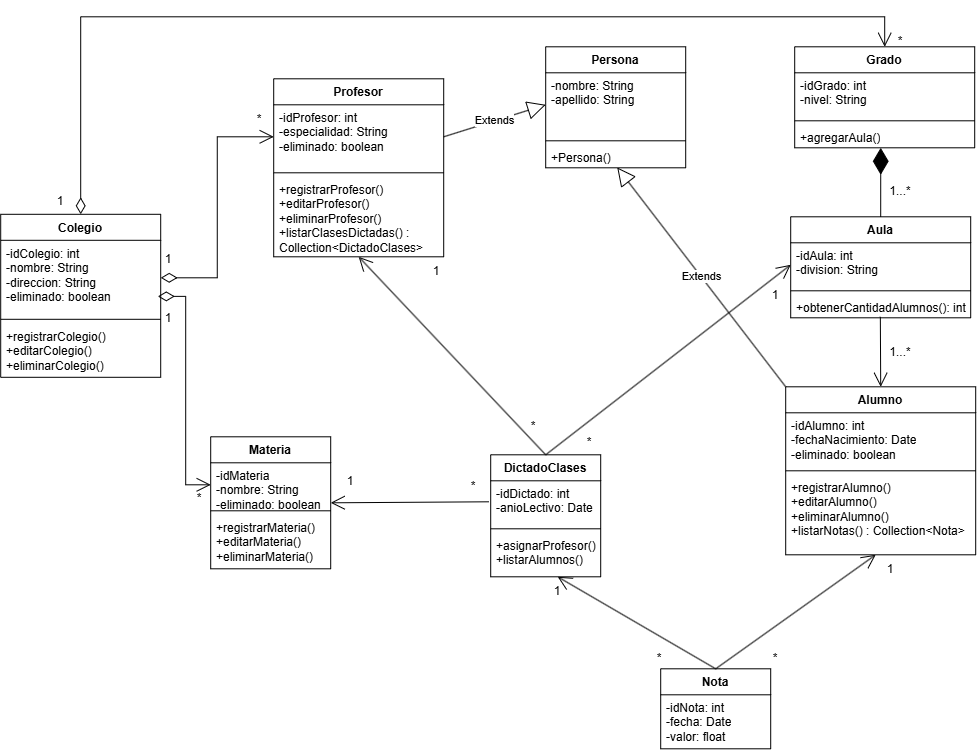
This is TRABAJO-PRACTICO-GUIA-NO-1/EJERCICIO6/a.AyD/DDC-NUEVAS-FUNCIONALIDADES-EJ6.drawio.png from GabrielLeiva05/IS2-2026-33-DE-ESPADAS, a draw.io export, as it was before one commit. Source tidied: cells renumbered, new cells last; positions are measured from the earlier drawing's top-left corner, leaving out a move shared by most shapes.
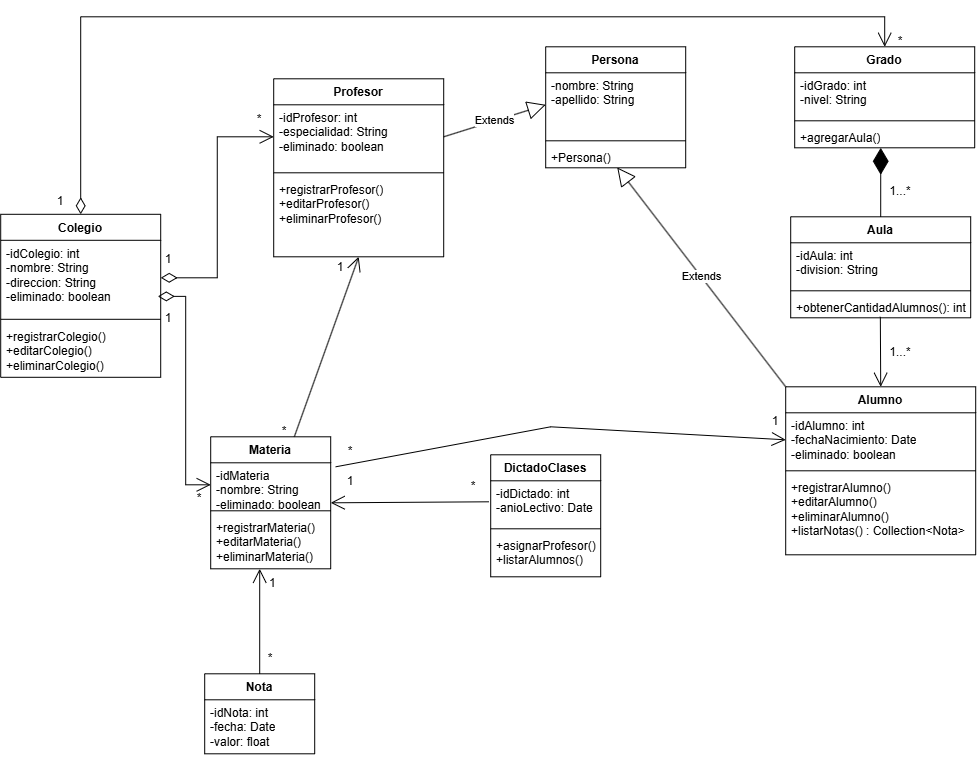
After the change.

Commit message:
Modificamos el diagrama de clases de disenio del EJ6.

The edit, as a diff of the source:
```diff
@@ -23,7 +23,7 @@
     <mxCell id="8" style="line;strokeWidth=1;fillColor=none;align=left;verticalAlign=middle;spacingTop=-1;spacingLeft=3;spacingRight=3;labelPosition=right;strokeColor=inherit;" parent="6" vertex="1">
       <mxGeometry y="90" width="170" height="8" as="geometry" />
     </mxCell>
-    <mxCell id="9" value="+registrarProfesor()&lt;div&gt;+editarProfesor()&lt;/div&gt;&lt;div&gt;+eliminarProfesor()&lt;/div&gt;&lt;div&gt;+listarClasesDictadas() : Collection&amp;lt;DictadoClases&amp;gt;&lt;/div&gt;&lt;div&gt;&lt;br&gt;&lt;/div&gt;" style="text;strokeColor=none;fillColor=none;align=left;verticalAlign=top;spacingLeft=4;spacingRight=4;overflow=hidden;whiteSpace=wrap;html=1;" parent="6" vertex="1">
+    <mxCell id="9" value="+registrarProfesor()&lt;div&gt;+editarProfesor()&lt;/div&gt;&lt;div&gt;+eliminarProfesor()&lt;/div&gt;&lt;div&gt;&lt;br&gt;&lt;/div&gt;" style="text;strokeColor=none;fillColor=none;align=left;verticalAlign=top;spacingLeft=4;spacingRight=4;overflow=hidden;whiteSpace=wrap;html=1;" parent="6" vertex="1">
       <mxGeometry y="98" width="170" height="80" as="geometry" />
     </mxCell>
     <mxCell id="10" value="DictadoClases" style="swimlane;fontStyle=1;align=center;verticalAlign=top;horizontal=1;startSize=26;whiteSpace=wrap;html=1;" parent="1" vertex="1">
@@ -39,7 +39,7 @@
       <mxGeometry y="78" width="110" height="44" as="geometry" />
     </mxCell>
     <mxCell id="14" value="Nota" style="swimlane;fontStyle=1;align=center;verticalAlign=top;horizontal=1;startSize=26;whiteSpace=wrap;html=1;" parent="1" vertex="1">
-      <mxGeometry x="660" y="652" width="110" height="80" as="geometry" />
+      <mxGeometry x="204" y="657" width="110" height="80" as="geometry" />
     </mxCell>
     <mxCell id="15" value="-idNota: int&lt;div&gt;-fecha: Date&lt;/div&gt;&lt;div&gt;-valor: float&lt;/div&gt;" style="text;strokeColor=none;fillColor=none;align=left;verticalAlign=top;spacingLeft=4;spacingRight=4;overflow=hidden;whiteSpace=wrap;html=1;" parent="14" vertex="1">
       <mxGeometry y="26" width="110" height="54" as="geometry" />
@@ -86,16 +86,10 @@
     <mxCell id="29" style="endArrow=open;endFill=1;endSize=12;html=1;rounded=0;exitX=0.498;exitY=0.957;exitDx=0;exitDy=0;exitPerimeter=0;entryX=0.5;entryY=0;entryDx=0;entryDy=0;" parent="1" edge="1" source="23" target="2">
       <mxGeometry relative="1" as="geometry" />
     </mxCell>
-    <mxCell id="30" style="endArrow=open;endFill=1;endSize=12;html=1;rounded=0;exitX=0.5;exitY=0;exitDx=0;exitDy=0;entryX=0.25;entryY=0;entryDx=0;entryDy=0;" parent="1" edge="1" source="14" target="37">
-      <mxGeometry relative="1" as="geometry" />
-    </mxCell>
     <mxCell id="31" style="endArrow=open;endFill=1;endSize=12;html=1;rounded=0;entryX=0.5;entryY=0;entryDx=0;entryDy=0;exitX=0.5;exitY=0;exitDx=0;exitDy=0;" parent="1" edge="1" source="14" target="39">
       <mxGeometry relative="1" as="geometry" />
     </mxCell>
-    <mxCell id="32" style="endArrow=open;endFill=1;endSize=12;html=1;rounded=0;exitX=0.5;exitY=0;exitDx=0;exitDy=0;entryX=0;entryY=0.5;entryDx=0;entryDy=0;" parent="1" edge="1" source="10" target="21">
-      <mxGeometry relative="1" as="geometry" />
-    </mxCell>
-    <mxCell id="33" style="endArrow=open;endFill=1;endSize=12;html=1;rounded=0;entryX=0.5;entryY=1;entryDx=0;entryDy=0;exitX=0.5;exitY=0;exitDx=0;exitDy=0;" parent="1" edge="1" source="10" target="6">
+    <mxCell id="33" style="endArrow=open;endFill=1;endSize=12;html=1;rounded=0;entryX=0.5;entryY=1;entryDx=0;entryDy=0;" parent="1" edge="1" source="16" target="6">
       <mxGeometry relative="1" as="geometry" />
     </mxCell>
     <mxCell id="34" style="endArrow=open;endFill=1;endSize=12;html=1;rounded=0;exitX=0.75;exitY=1;exitDx=0;exitDy=0;entryX=1;entryY=0.5;entryDx=0;entryDy=0;" parent="1" edge="1" source="46" target="16">
@@ -107,29 +101,23 @@
     <mxCell id="36" value="1...*" style="text;html=1;whiteSpace=wrap;strokeColor=none;fillColor=none;align=center;verticalAlign=middle;rounded=0;" parent="1" vertex="1">
       <mxGeometry x="870" y="321" width="60" height="30" as="geometry" />
     </mxCell>
-    <mxCell id="37" value="1" style="text;html=1;whiteSpace=wrap;strokeColor=none;fillColor=none;align=center;verticalAlign=middle;rounded=0;" parent="1" vertex="1">
-      <mxGeometry x="860" y="538" width="60" height="30" as="geometry" />
-    </mxCell>
-    <mxCell id="38" value="*" style="text;html=1;whiteSpace=wrap;strokeColor=none;fillColor=none;align=center;verticalAlign=middle;rounded=0;" parent="1" vertex="1">
-      <mxGeometry x="745" y="627" width="60" height="30" as="geometry" />
-    </mxCell>
-    <mxCell id="39" value="1" style="text;html=1;whiteSpace=wrap;strokeColor=none;fillColor=none;align=center;verticalAlign=middle;rounded=0;" parent="1" vertex="1">
-      <mxGeometry x="527" y="560" width="60" height="30" as="geometry" />
+    <mxCell id="39" value="&lt;span style=&quot;white-space: pre;&quot;&gt;&#9;&lt;/span&gt;1" style="text;html=1;whiteSpace=wrap;strokeColor=none;fillColor=none;align=center;verticalAlign=middle;rounded=0;" parent="1" vertex="1">
+      <mxGeometry x="229" y="552" width="60" height="30" as="geometry" />
     </mxCell>
     <mxCell id="40" value="*" style="text;html=1;whiteSpace=wrap;strokeColor=none;fillColor=none;align=center;verticalAlign=middle;rounded=0;" parent="1" vertex="1">
-      <mxGeometry x="629" y="627" width="60" height="30" as="geometry" />
+      <mxGeometry x="240" y="627" width="60" height="30" as="geometry" />
     </mxCell>
     <mxCell id="41" value="1" style="text;html=1;whiteSpace=wrap;strokeColor=none;fillColor=none;align=center;verticalAlign=middle;rounded=0;" parent="1" vertex="1">
-      <mxGeometry x="406" y="240" width="60" height="30" as="geometry" />
+      <mxGeometry x="310" y="235.5" width="60" height="30" as="geometry" />
     </mxCell>
     <mxCell id="42" value="*" style="text;html=1;whiteSpace=wrap;strokeColor=none;fillColor=none;align=center;verticalAlign=middle;rounded=0;" parent="1" vertex="1">
-      <mxGeometry x="503" y="395" width="60" height="30" as="geometry" />
+      <mxGeometry x="254" y="400" width="60" height="30" as="geometry" />
     </mxCell>
     <mxCell id="43" value="1" style="text;html=1;whiteSpace=wrap;strokeColor=none;fillColor=none;align=center;verticalAlign=middle;rounded=0;" parent="1" vertex="1">
-      <mxGeometry x="745" y="264" width="60" height="30" as="geometry" />
+      <mxGeometry x="745" y="390" width="60" height="30" as="geometry" />
     </mxCell>
     <mxCell id="44" value="*" style="text;html=1;whiteSpace=wrap;strokeColor=none;fillColor=none;align=center;verticalAlign=middle;rounded=0;" parent="1" vertex="1">
-      <mxGeometry x="559" y="411" width="60" height="30" as="geometry" />
+      <mxGeometry x="320" y="420" width="60" height="30" as="geometry" />
     </mxCell>
     <mxCell id="45" value="1" style="text;html=1;whiteSpace=wrap;strokeColor=none;fillColor=none;align=center;verticalAlign=middle;rounded=0;" parent="1" vertex="1">
       <mxGeometry x="320" y="450" width="60" height="30" as="geometry" />
@@ -199,5 +187,12 @@
     <mxCell id="65" value="*" style="text;html=1;whiteSpace=wrap;strokeColor=none;fillColor=none;align=center;verticalAlign=middle;rounded=0;" parent="1" vertex="1">
       <mxGeometry x="870" y="10" width="60" height="30" as="geometry" />
     </mxCell>
+    <mxCell id="66" style="endArrow=open;endFill=1;endSize=12;html=1;rounded=0;exitX=0.25;exitY=0;exitDx=0;exitDy=0;entryX=0;entryY=0.5;entryDx=0;entryDy=0;" parent="1" edge="1" source="45" target="3">
+      <mxGeometry relative="1" as="geometry">
+        <Array as="points">
+          <mxPoint x="550" y="410" />
+        </Array>
+      </mxGeometry>
+    </mxCell>
   </root>
 </mxGraphModel>
```
